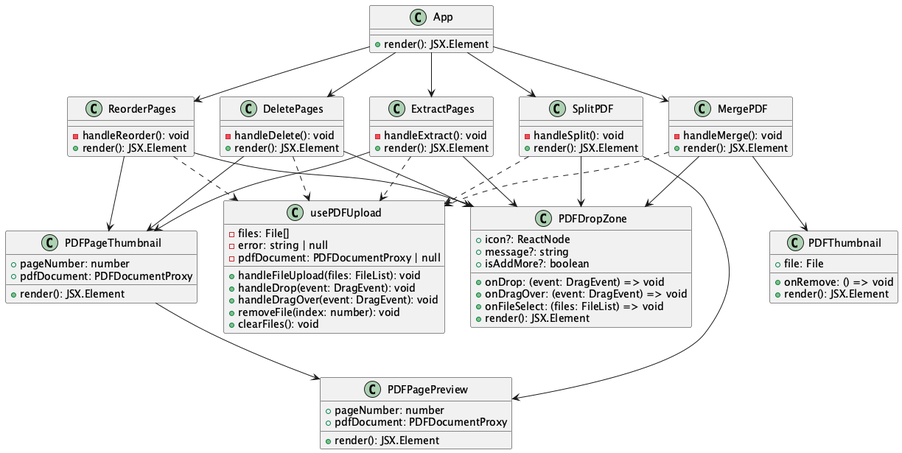
Earlier version of the PlantUML export materials/class_diagram.png (Simpwell/pdfcomposer).
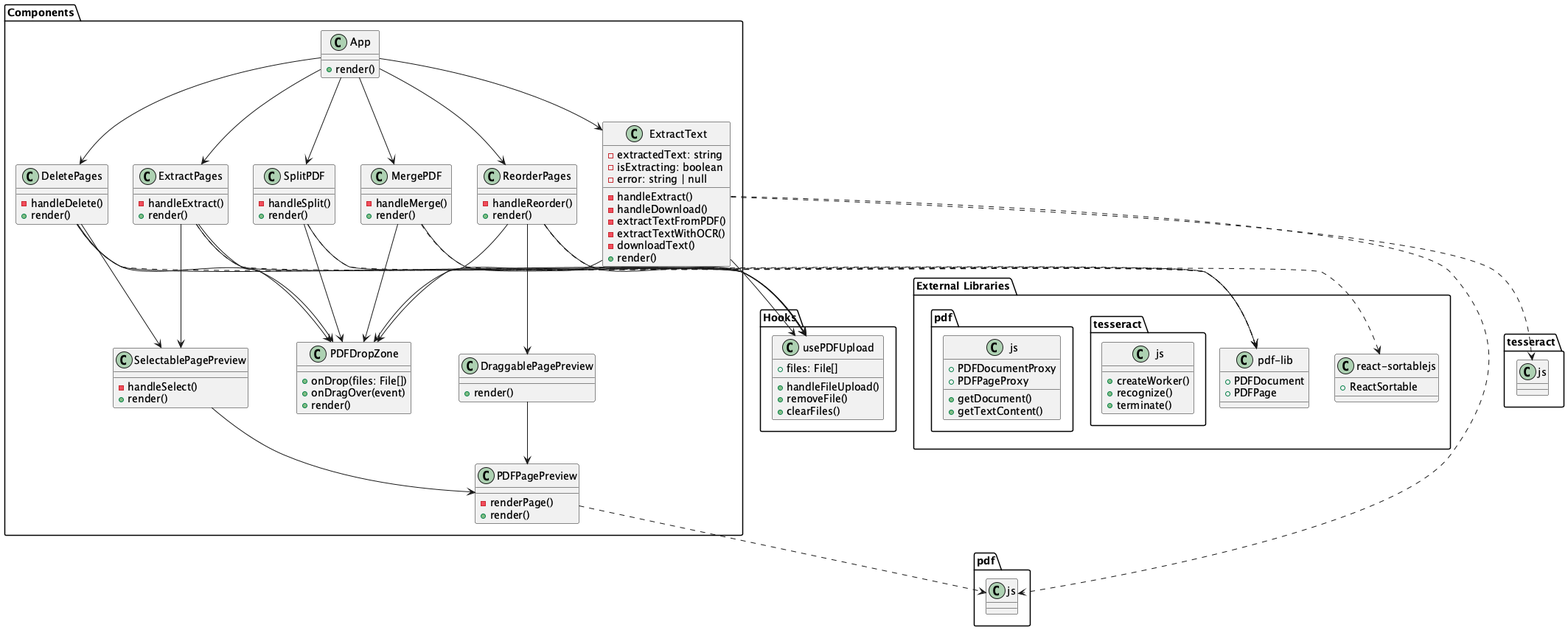
After the commit.

The edit, as a diff of the source:
```diff
@@ -1,71 +1,99 @@
 @startuml
 
-class App {
-  +render(): JSX.Element
+package "Components" {
+  class App {
+    +render()
+  }
+
+  class PDFDropZone {
+    +onDrop(files: File[])
+    +onDragOver(event)
+    +render()
+  }
+
+  class MergePDF {
+    -handleMerge()
+    +render()
+  }
+
+  class ReorderPages {
+    -handleReorder()
+    +render()
+  }
+
+  class DeletePages {
+    -handleDelete()
+    +render()
+  }
+
+  class ExtractPages {
+    -handleExtract()
+    +render()
+  }
+
+  class SplitPDF {
+    -handleSplit()
+    +render()
+  }
+
+  class ExtractText {
+    -extractedText: string
+    -isExtracting: boolean
+    -error: string | null
+    -handleExtract()
+    -handleDownload()
+    -extractTextFromPDF()
+    -extractTextWithOCR()
+    -downloadText()
+    +render()
+  }
+
+  class PDFPagePreview {
+    -renderPage()
+    +render()
+  }
+
+  class DraggablePagePreview {
+    +render()
+  }
+
+  class SelectablePagePreview {
+    -handleSelect()
+    +render()
+  }
 }
 
-class PDFDropZone {
-  +onDrop: (event: DragEvent) => void
-  +onDragOver: (event: DragEvent) => void
-  +onFileSelect: (files: FileList) => void
-  +icon?: ReactNode
-  +message?: string
-  +isAddMore?: boolean
-  +render(): JSX.Element
+package "Hooks" {
+  class usePDFUpload {
+    +files: File[]
+    +handleFileUpload()
+    +removeFile()
+    +clearFiles()
+  }
 }
 
-class PDFPagePreview {
-  +pageNumber: number
-  +pdfDocument: PDFDocumentProxy
-  +render(): JSX.Element
-}
+package "External Libraries" {
+  class "pdf-lib" {
+    +PDFDocument
+    +PDFPage
+  }
 
-class PDFPageThumbnail {
-  +pageNumber: number
-  +pdfDocument: PDFDocumentProxy
-  +render(): JSX.Element
-}
+  class "pdf.js" {
+    +getDocument()
+    +PDFDocumentProxy
+    +PDFPageProxy
+    +getTextContent()
+  }
 
-class PDFThumbnail {
-  +file: File
-  +onRemove: () => void
-  +render(): JSX.Element
-}
+  class "react-sortablejs" {
+    +ReactSortable
+  }
 
-class MergePDF {
-  -handleMerge(): void
-  +render(): JSX.Element
-}
-
-class ReorderPages {
-  -handleReorder(): void
-  +render(): JSX.Element
-}
-
-class DeletePages {
-  -handleDelete(): void
-  +render(): JSX.Element
-}
-
-class ExtractPages {
-  -handleExtract(): void
-  +render(): JSX.Element
-}
-
-class SplitPDF {
-  -handleSplit(): void
-  +render(): JSX.Element
-}
-
-class usePDFUpload {
-  -files: File[]
-  -error: string | null
-  -pdfDocument: PDFDocumentProxy | null
-  +handleFileUpload(files: FileList): void
-  +handleDrop(event: DragEvent): void
-  +handleDragOver(event: DragEvent): void
-  +removeFile(index: number): void
-  +clearFiles(): void
+  class "tesseract.js" {
+    +createWorker()
+    +recognize()
+    +terminate()
+  }
 }
 
 App --> MergePDF
@@ -73,27 +101,38 @@
 App --> DeletePages
 App --> ExtractPages
 App --> SplitPDF
+App --> ExtractText
 
 MergePDF --> PDFDropZone
-MergePDF --> PDFThumbnail
-MergePDF ..> usePDFUpload
+ReorderPages --> PDFDropZone
+DeletePages --> PDFDropZone
+ExtractPages --> PDFDropZone
+SplitPDF --> PDFDropZone
+ExtractText --> PDFDropZone
 
-ReorderPages --> PDFDropZone
-ReorderPages --> PDFPageThumbnail
-ReorderPages ..> usePDFUpload
+ReorderPages --> DraggablePagePreview
+DeletePages --> SelectablePagePreview
+ExtractPages --> SelectablePagePreview
 
-DeletePages --> PDFDropZone
-DeletePages --> PDFPageThumbnail
-DeletePages ..> usePDFUpload
+DraggablePagePreview --> PDFPagePreview
+SelectablePagePreview --> PDFPagePreview
 
-ExtractPages --> PDFDropZone
-ExtractPages --> PDFPageThumbnail
-ExtractPages ..> usePDFUpload
+MergePDF ..> "pdf-lib"
+ReorderPages ..> "pdf-lib"
+DeletePages ..> "pdf-lib"
+ExtractPages ..> "pdf-lib"
+SplitPDF ..> "pdf-lib"
+ExtractText ..> "pdf.js"
+ExtractText ..> "tesseract.js"
 
-SplitPDF --> PDFDropZone
-SplitPDF --> PDFPagePreview
-SplitPDF ..> usePDFUpload
+PDFPagePreview ..> "pdf.js"
+ReorderPages ..> "react-sortablejs"
 
-PDFPageThumbnail --> PDFPagePreview
+MergePDF --> usePDFUpload
+ReorderPages --> usePDFUpload
+DeletePages --> usePDFUpload
+ExtractPages --> usePDFUpload
+SplitPDF --> usePDFUpload
+ExtractText --> usePDFUpload
 
 @enduml
```
